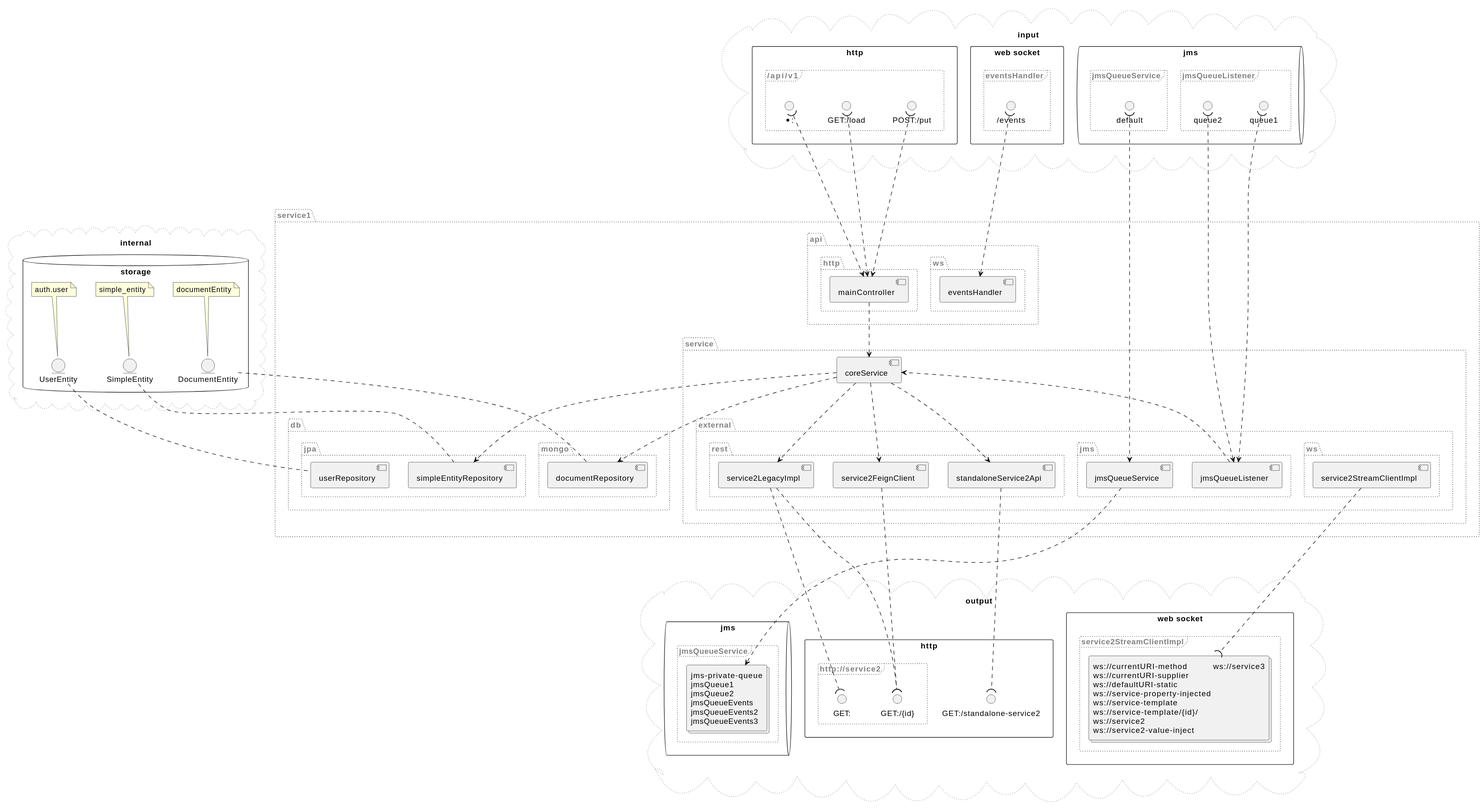
This is test/service1/src/schema/connections.svg from m4gshm/spring-boot-components-visualizer, a PlantUML export, as it was before one commit.
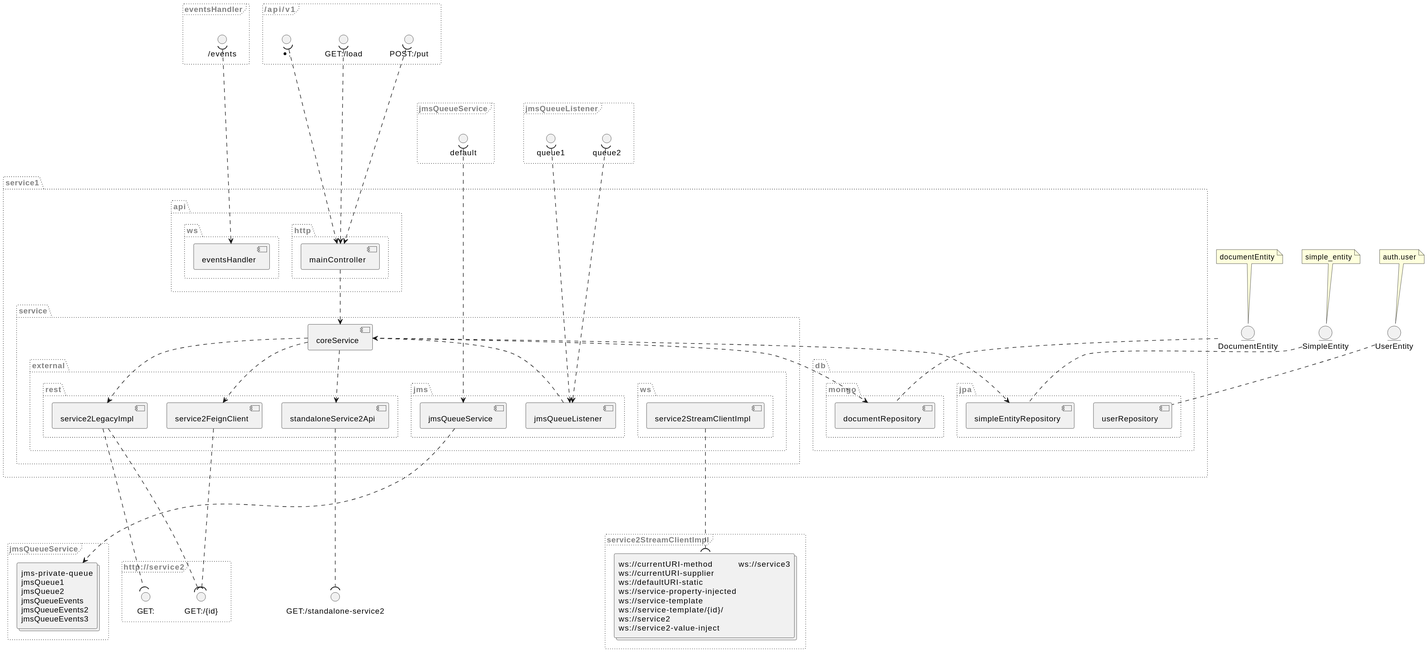
The same diagram one commit later.

The edit, as a diff of the source:
```diff
@@ -43,75 +43,55 @@
 coreService ..> simpleEntityRepository
 coreService ..> standaloneService2Api
 jmsQueueListener ..> coreService
-cloud "internal" as internal #line.dotted;line:gray; {
-  database "storage" as internal.storage {
-    entity "SimpleEntity" as internal.jpa.classservice1.db.jpa.model.SimpleEntity..simple_entity.
-    note "simple_entity" as internal.jpa.classservice1.db.jpa.model.SimpleEntity..simple_entity..table_name
-    internal.jpa.classservice1.db.jpa.model.SimpleEntity..simple_entity..table_name .. internal.jpa.classservice1.db.jpa.model.SimpleEntity..simple_entity.
-    internal.jpa.classservice1.db.jpa.model.SimpleEntity..simple_entity. .. simpleEntityRepository
-    entity "UserEntity" as internal.jpa.classservice1.db.jpa.model.UserEntity..auth.user.
-    note "auth.user" as internal.jpa.classservice1.db.jpa.model.UserEntity..auth.user..table_name
-    internal.jpa.classservice1.db.jpa.model.UserEntity..auth.user..table_name .. internal.jpa.classservice1.db.jpa.model.UserEntity..auth.user.
-    internal.jpa.classservice1.db.jpa.model.UserEntity..auth.user. .. userRepository
-    entity "DocumentEntity" as internal.mongo.classservice1.db.mongo.model.DocumentEntity..documentEntity.
-    note "documentEntity" as internal.mongo.classservice1.db.mongo.model.DocumentEntity..documentEntity..table_name
-    internal.mongo.classservice1.db.mongo.model.DocumentEntity..documentEntity..table_name .. internal.mongo.classservice1.db.mongo.model.DocumentEntity..documentEntity.
-    internal.mongo.classservice1.db.mongo.model.DocumentEntity..documentEntity. .. documentRepository
-  }
+entity "SimpleEntity" as internal.jpa.classservice1.db.jpa.model.SimpleEntity..simple_entity.
+note "simple_entity" as internal.jpa.classservice1.db.jpa.model.SimpleEntity..simple_entity..table_name
+internal.jpa.classservice1.db.jpa.model.SimpleEntity..simple_entity..table_name .. internal.jpa.classservice1.db.jpa.model.SimpleEntity..simple_entity.
+internal.jpa.classservice1.db.jpa.model.SimpleEntity..simple_entity. .. simpleEntityRepository
+entity "UserEntity" as internal.jpa.classservice1.db.jpa.model.UserEntity..auth.user.
+note "auth.user" as internal.jpa.classservice1.db.jpa.model.UserEntity..auth.user..table_name
+internal.jpa.classservice1.db.jpa.model.UserEntity..auth.user..table_name .. internal.jpa.classservice1.db.jpa.model.UserEntity..auth.user.
+internal.jpa.classservice1.db.jpa.model.UserEntity..auth.user. .. userRepository
+entity "DocumentEntity" as internal.mongo.classservice1.db.mongo.model.DocumentEntity..documentEntity.
+note "documentEntity" as internal.mongo.classservice1.db.mongo.model.DocumentEntity..documentEntity..table_name
+internal.mongo.classservice1.db.mongo.model.DocumentEntity..documentEntity..table_name .. internal.mongo.classservice1.db.mongo.model.DocumentEntity..documentEntity.
+internal.mongo.classservice1.db.mongo.model.DocumentEntity..documentEntity. .. documentRepository
+frame "/api/v1" as input.http..api.v1 #line.dotted;text:gray {
+  interface "*:" as in....api.v1.
+  in....api.v1. )....> mainController
+  interface "GET:/load" as in.GET..api.v1.load
+  in.GET..api.v1.load )....> mainController
+  interface "POST:/put" as in.POST..api.v1.put
+  in.POST..api.v1.put )....> mainController
 }
-cloud "input" as input #line.dotted;line:gray; {
-  rectangle "http" as input.http {
-    frame "/api/v1" as input.http..api.v1 #line.dotted;text:gray {
-      interface "*:" as in....api.v1.
-      in....api.v1. )....> mainController
-      interface "GET:/load" as in.GET..api.v1.load
-      in.GET..api.v1.load )....> mainController
-      interface "POST:/put" as in.POST..api.v1.put
-      in.POST..api.v1.put )....> mainController
-    }
-  }
-  rectangle "web socket" as input.websocket {
-    frame "eventsHandler" as input.websocket.eventsHandler #line.dotted;text:gray {
-      interface "/events" as in.in.ws..events
-      in.in.ws..events )....> eventsHandler
-    }
-  }
-  queue "jms" as input.jms {
-    frame "jmsQueueService" as input.jms.jmsQueueService #line.dotted;text:gray {
-      interface "default" as in.default.in
-      in.default.in )....> jmsQueueService
-    }
-    frame "jmsQueueListener" as input.jms.jmsQueueListener #line.dotted;text:gray {
-      interface "queue1" as in.queue1.in
-      in.queue1.in )....> jmsQueueListener
-      interface "queue2" as in.queue2.in
-      in.queue2.in )....> jmsQueueListener
-    }
-  }
+frame "eventsHandler" as input.websocket.eventsHandler #line.dotted;text:gray {
+  interface "/events" as in.in.ws..events
+  in.in.ws..events )....> eventsHandler
 }
-cloud "output" as output #line.dotted;line:gray; {
-  rectangle "http" as output.http {
-    interface "GET:/standalone-service2" as out.GET.standalone.service2..id.
-    standaloneService2Api ....( out.GET.standalone.service2..id.
-    frame "http://service2" as output.http.http...service2 #line.dotted;text:gray {
-      interface "GET:" as out.GET.http...service2
-      service2LegacyImpl ....( out.GET.http...service2
-      interface "GET:/{id}" as out.GET.http...service2..id.
-      service2LegacyImpl ....( out.GET.http...service2..id.
-      service2FeignClient ....( out.GET.http...service2..id.
-    }
-  }
-  rectangle "web socket" as output.websocket {
-    frame "service2StreamClientImpl" as output.websocket.service2StreamClientImpl #line.dotted;text:gray {
-      collections "<#transparent,transparent>|ws://currentURI-method |ws://service3|\n<#transparent,transparent>|ws://currentURI-supplier | |\n<#transparent,transparent>|ws://defaultURI-static | |\n<#transparent,transparent>|ws://service-property-injected | |\n<#transparent,transparent>|ws://service-template | |\n<#transparent,transparent>|ws://service-template/{id}/ | |\n<#transparent,transparent>|ws://service2 | |\n<#transparent,transparent>|ws://service2-value-inject | |" as service2StreamClientImpl.interfaces
-      service2StreamClientImpl ....( service2StreamClientImpl.interfaces
-    }
-  }
-  queue "jms" as output.jms {
-    frame "jmsQueueService" as output.jms.jmsQueueService #line.dotted;text:gray {
-      collections "<#transparent,transparent>|jms-private-queue|\n<#transparent,transparent>|jmsQueue1|\n<#transparent,transparent>|jmsQueue2|\n<#transparent,transparent>|jmsQueueEvents|\n<#transparent,transparent>|jmsQueueEvents2|\n<#transparent,transparent>|jmsQueueEvents3|" as jmsQueueService.interfaces
-      jmsQueueService ....> jmsQueueService.interfaces
-    }
-  }
+frame "jmsQueueService" as input.jms.jmsQueueService #line.dotted;text:gray {
+  interface "default" as in.default.in
+  in.default.in )....> jmsQueueService
+}
+frame "jmsQueueListener" as input.jms.jmsQueueListener #line.dotted;text:gray {
+  interface "queue1" as in.queue1.in
+  in.queue1.in )....> jmsQueueListener
+  interface "queue2" as in.queue2.in
+  in.queue2.in )....> jmsQueueListener
+}
+interface "GET:/standalone-service2" as out.GET.standalone.service2..id.
+standaloneService2Api ....( out.GET.standalone.service2..id.
+frame "http://service2" as output.http.http...service2 #line.dotted;text:gray {
+  interface "GET:" as out.GET.http...service2
+  service2LegacyImpl ....( out.GET.http...service2
+  interface "GET:/{id}" as out.GET.http...service2..id.
+  service2LegacyImpl ....( out.GET.http...service2..id.
+  service2FeignClient ....( out.GET.http...service2..id.
+}
+frame "service2StreamClientImpl" as output.websocket.service2StreamClientImpl #line.dotted;text:gray {
+  collections "<#transparent,transparent>|ws://currentURI-method |ws://service3|\n<#transparent,transparent>|ws://currentURI-supplier | |\n<#transparent,transparent>|ws://defaultURI-static | |\n<#transparent,transparent>|ws://service-property-injected | |\n<#transparent,transparent>|ws://service-template | |\n<#transparent,transparent>|ws://service-template/{id}/ | |\n<#transparent,transparent>|ws://service2 | |\n<#transparent,transparent>|ws://service2-value-inject | |" as service2StreamClientImpl.interfaces
+  service2StreamClientImpl ....( service2StreamClientImpl.interfaces
+}
+frame "jmsQueueService" as output.jms.jmsQueueService #line.dotted;text:gray {
+  collections "<#transparent,transparent>|jms-private-queue|\n<#transparent,transparent>|jmsQueue1|\n<#transparent,transparent>|jmsQueue2|\n<#transparent,transparent>|jmsQueueEvents|\n<#transparent,transparent>|jmsQueueEvents2|\n<#transparent,transparent>|jmsQueueEvents3|" as jmsQueueService.interfaces
+  jmsQueueService ....> jmsQueueService.interfaces
 }
 @enduml
```
